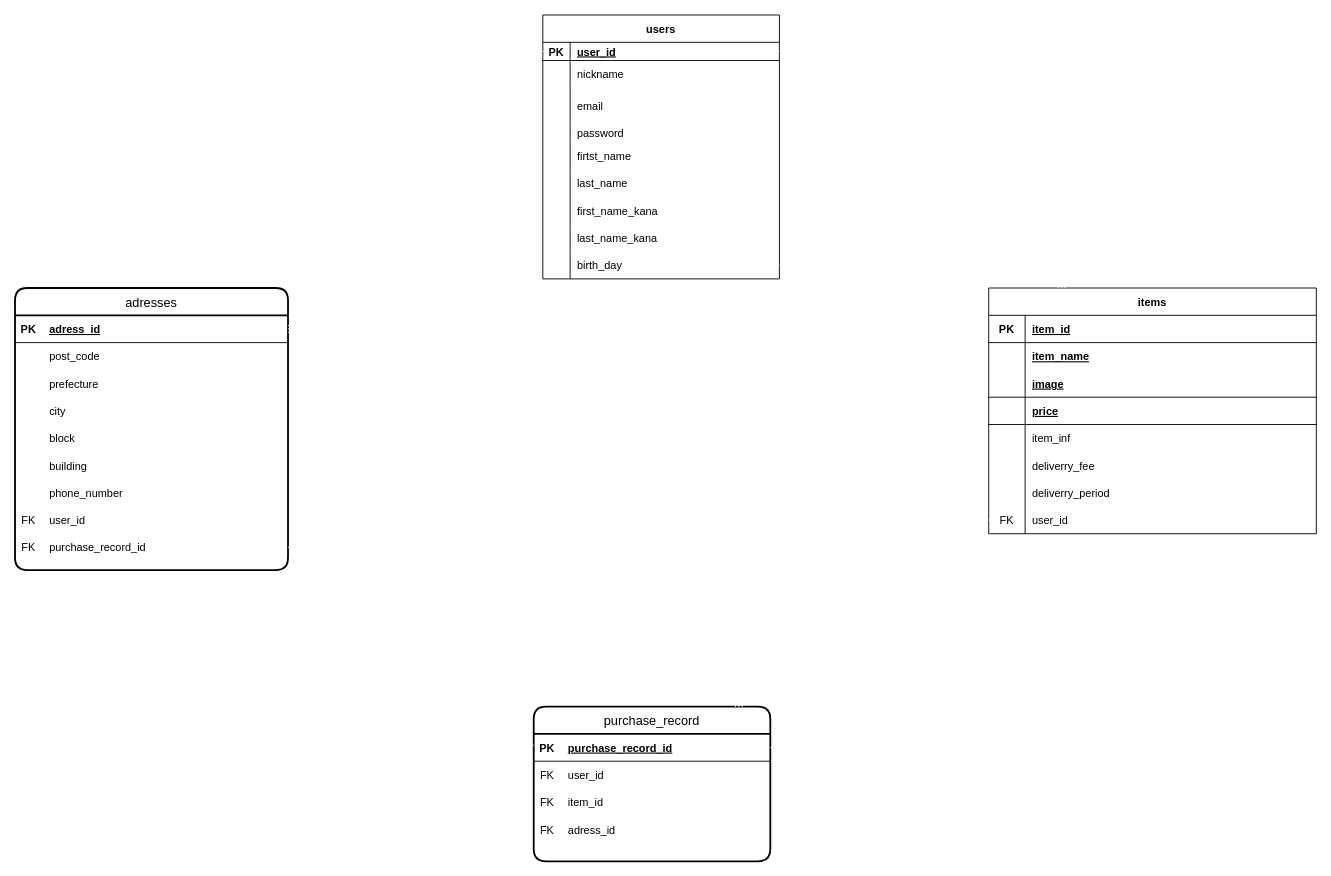
Above: er-zu.dio in yuyake-rs/furima-30629 (draw.io), before the change. Source tidied: cells renumbered, new cells numbered last; positions are measured from the earlier drawing's top-left corner, leaving out a move shared by most shapes. Both pictures are drawn from the tidied source at 91%, with x=0, y=0 at pixel (15, 15).
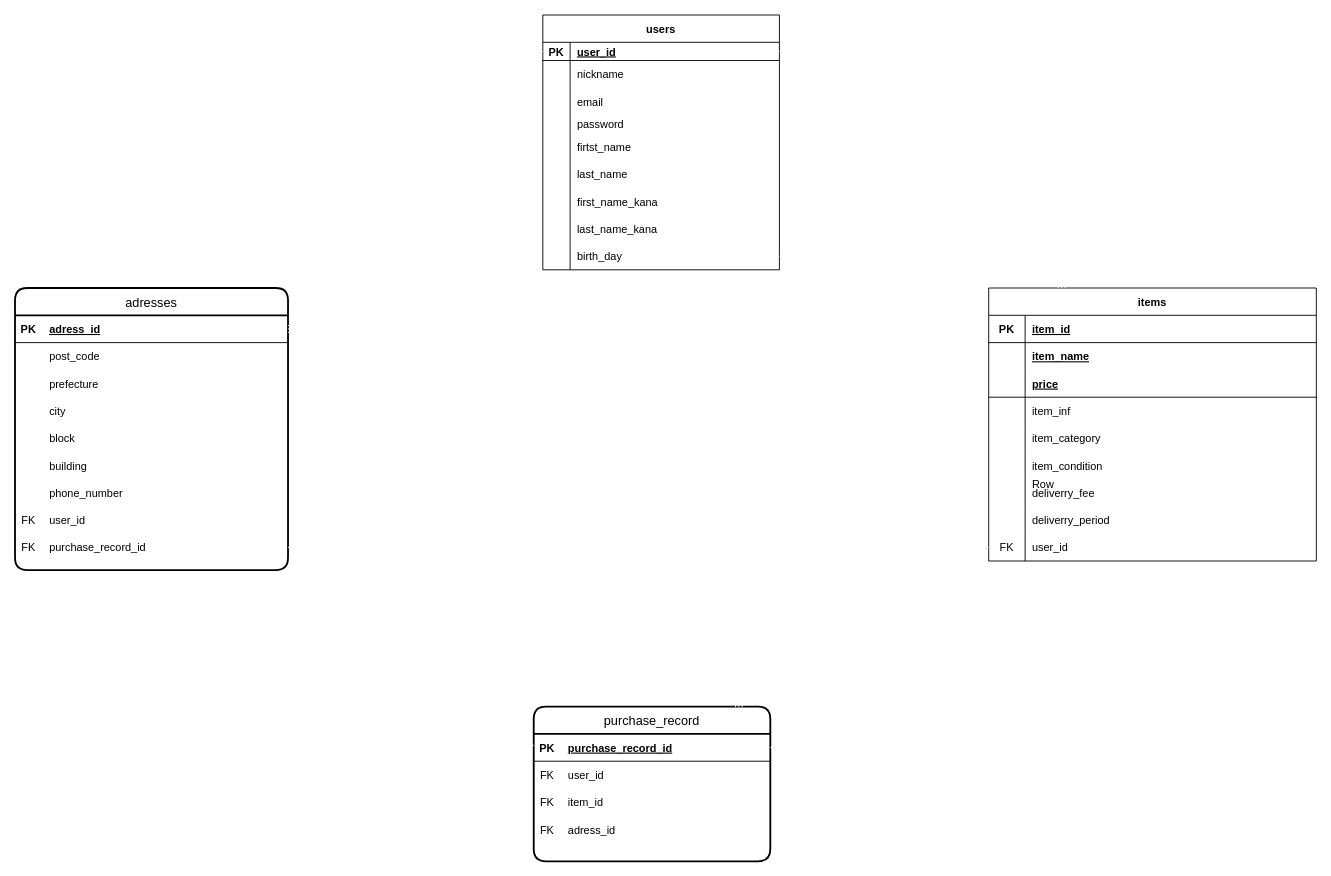
The same page after the edit.

Diff of the diagram source:
```diff
@@
     <mxCell id="2" value="users" style="shape=table;startSize=30;childLayout=tableLayout;rowLines=0;fontStyle=1;align=center;" parent="1" vertex="1">
-      <mxGeometry x="580" width="260" height="290" as="geometry" />
+      <mxGeometry x="580" width="260" height="280" as="geometry" />
     </mxCell>
@@
     <mxCell id="9" style="shape=partialRectangle;fillColor=none;top=0;left=0;bottom=0;right=0;" parent="2" vertex="1">
-      <mxGeometry y="80" width="260" height="40" as="geometry" />
+      <mxGeometry y="80" width="260" height="30" as="geometry" />
     </mxCell>
     <mxCell id="10" style="shape=partialRectangle;fillColor=none;top=0;left=0;bottom=0;right=0;overflow=hidden;" parent="9" vertex="1">
-      <mxGeometry width="30" height="40" as="geometry" />
+      <mxGeometry width="30" height="30" as="geometry" />
     </mxCell>
     <mxCell id="11" value="email" style="shape=partialRectangle;fillColor=none;top=0;left=0;bottom=0;right=0;align=left;spacingLeft=6;overflow=hidden;" parent="9" vertex="1">
-      <mxGeometry x="30" width="230" height="40" as="geometry" />
+      <mxGeometry x="30" width="230" height="30" as="geometry" />
     </mxCell>
     <mxCell id="12" style="shape=partialRectangle;fillColor=none;top=0;left=0;bottom=0;right=0;" parent="2" vertex="1">
-      <mxGeometry y="120" width="260" height="20" as="geometry" />
+      <mxGeometry y="110" width="260" height="20" as="geometry" />
     </mxCell>
@@
     <mxCell id="15" style="shape=partialRectangle;fillColor=none;top=0;left=0;bottom=0;right=0;" parent="2" vertex="1">
-      <mxGeometry y="140" width="260" height="30" as="geometry" />
+      <mxGeometry y="130" width="260" height="30" as="geometry" />
     </mxCell>
@@
     <mxCell id="18" style="shape=partialRectangle;fillColor=none;top=0;left=0;bottom=0;right=0;" parent="2" vertex="1">
-      <mxGeometry y="170" width="260" height="30" as="geometry" />
+      <mxGeometry y="160" width="260" height="30" as="geometry" />
     </mxCell>
@@
     <mxCell id="21" style="shape=partialRectangle;fillColor=none;top=0;left=0;bottom=0;right=0;" parent="2" vertex="1">
-      <mxGeometry y="200" width="260" height="30" as="geometry" />
+      <mxGeometry y="190" width="260" height="30" as="geometry" />
     </mxCell>
@@
     <mxCell id="24" style="shape=partialRectangle;fillColor=none;top=0;left=0;bottom=0;right=0;" parent="2" vertex="1">
-      <mxGeometry y="230" width="260" height="30" as="geometry" />
+      <mxGeometry y="220" width="260" height="30" as="geometry" />
     </mxCell>
@@
     <mxCell id="27" style="shape=partialRectangle;fillColor=none;top=0;left=0;bottom=0;right=0;points=[[0,0.5],[1,0.5]];portConstraint=eastwest;" parent="2" vertex="1">
-      <mxGeometry y="260" width="260" height="30" as="geometry" />
+      <mxGeometry y="250" width="260" height="30" as="geometry" />
     </mxCell>
@@
     <mxCell id="73" value="items" style="shape=table;startSize=30;childLayout=tableLayout;rowLines=0;fontStyle=1;align=center;" parent="1" vertex="1">
-      <mxGeometry x="1070" y="300" width="360" height="270" as="geometry" />
+      <mxGeometry x="1070" y="300" width="360" height="300" as="geometry" />
     </mxCell>
@@
-    <mxCell id="80" style="shape=partialRectangle;fillColor=none;top=0;left=0;bottom=1;right=0;" parent="73" vertex="1">
-      <mxGeometry y="90" width="360" height="30" as="geometry" />
-    </mxCell>
-    <mxCell id="81" style="shape=partialRectangle;fillColor=none;top=0;left=0;bottom=0;right=0;fontStyle=1;overflow=hidden;strokeColor=none;" parent="80" vertex="1">
-      <mxGeometry width="40" height="30" as="geometry" />
-    </mxCell>
-    <mxCell id="82" value="image" style="shape=partialRectangle;fillColor=none;top=0;left=0;bottom=0;right=0;align=left;spacingLeft=6;fontStyle=5;overflow=hidden;" parent="80" vertex="1">
-      <mxGeometry x="40" width="320" height="30" as="geometry" />
-    </mxCell>
     <mxCell id="83" style="shape=partialRectangle;fillColor=none;top=0;left=0;bottom=1;right=0;" parent="73" vertex="1">
-      <mxGeometry y="120" width="360" height="30" as="geometry" />
+      <mxGeometry y="90" width="360" height="30" as="geometry" />
     </mxCell>
@@
     <mxCell id="86" style="shape=partialRectangle;fillColor=none;top=0;left=0;bottom=0;right=0;" parent="73" vertex="1">
-      <mxGeometry y="150" width="360" height="30" as="geometry" />
+      <mxGeometry y="120" width="360" height="30" as="geometry" />
     </mxCell>
@@
+    <mxCell id="103" style="shape=partialRectangle;fillColor=none;top=0;left=0;bottom=0;right=0;" parent="73" vertex="1">
+      <mxGeometry y="150" width="360" height="30" as="geometry" />
+    </mxCell>
+    <mxCell id="104" style="shape=partialRectangle;fillColor=none;top=0;left=0;bottom=0;right=0;overflow=hidden;" parent="103" vertex="1">
+      <mxGeometry width="40" height="30" as="geometry" />
+    </mxCell>
+    <mxCell id="105" value="item_category" style="shape=partialRectangle;fillColor=none;top=0;left=0;bottom=0;right=0;align=left;spacingLeft=6;overflow=hidden;" parent="103" vertex="1">
+      <mxGeometry x="40" width="320" height="30" as="geometry" />
+    </mxCell>
+    <mxCell id="106" style="shape=partialRectangle;fillColor=none;top=0;left=0;bottom=0;right=0;" parent="73" vertex="1">
+      <mxGeometry y="180" width="360" height="30" as="geometry" />
+    </mxCell>
+    <mxCell id="107" style="shape=partialRectangle;fillColor=none;top=0;left=0;bottom=0;right=0;overflow=hidden;" parent="106" vertex="1">
+      <mxGeometry width="40" height="30" as="geometry" />
+    </mxCell>
+    <mxCell id="108" value="item_condition" style="shape=partialRectangle;fillColor=none;top=0;left=0;bottom=0;right=0;align=left;spacingLeft=6;overflow=hidden;" parent="106" vertex="1">
+      <mxGeometry x="40" width="320" height="30" as="geometry" />
+    </mxCell>
     <mxCell id="89" style="shape=partialRectangle;fillColor=none;top=0;left=0;bottom=0;right=0;" parent="73" vertex="1">
-      <mxGeometry y="180" width="360" height="30" as="geometry" />
+      <mxGeometry y="210" width="360" height="30" as="geometry" />
     </mxCell>
@@
     <mxCell id="92" style="shape=partialRectangle;fillColor=none;top=0;left=0;bottom=0;right=0;" parent="73" vertex="1">
-      <mxGeometry y="210" width="360" height="30" as="geometry" />
+      <mxGeometry y="240" width="360" height="30" as="geometry" />
     </mxCell>
@@
     <mxCell id="95" style="shape=partialRectangle;fillColor=none;top=0;left=0;bottom=0;right=0;points=[[0,0.5],[1,0.5]];portConstraint=eastwest;" parent="73" vertex="1">
-      <mxGeometry y="240" width="360" height="30" as="geometry" />
+      <mxGeometry y="270" width="360" height="30" as="geometry" />
     </mxCell>
@@
+    <mxCell id="109" style="shape=table;startSize=0;childLayout=tableLayout;rowLines=0;fontStyle=0;align=center;strokeColor=none;fillColor=none;" parent="1" vertex="1">
+      <mxGeometry x="1080" y="500" width="180" height="30" as="geometry" />
+    </mxCell>
+    <mxCell id="110" style="shape=partialRectangle;fillColor=none;top=0;left=0;bottom=0;right=0;" parent="109" vertex="1">
+      <mxGeometry width="180" height="30" as="geometry" />
+    </mxCell>
+    <mxCell id="111" style="shape=partialRectangle;fillColor=none;top=0;left=0;bottom=0;right=0;overflow=hidden;" parent="110" vertex="1">
+      <mxGeometry width="30" height="30" as="geometry" />
+    </mxCell>
+    <mxCell id="112" value="Row" style="shape=partialRectangle;fillColor=none;top=0;left=0;bottom=0;right=0;align=left;spacingLeft=6;overflow=hidden;" parent="110" vertex="1">
+      <mxGeometry x="30" width="150" height="30" as="geometry" />
+    </mxCell>
```
